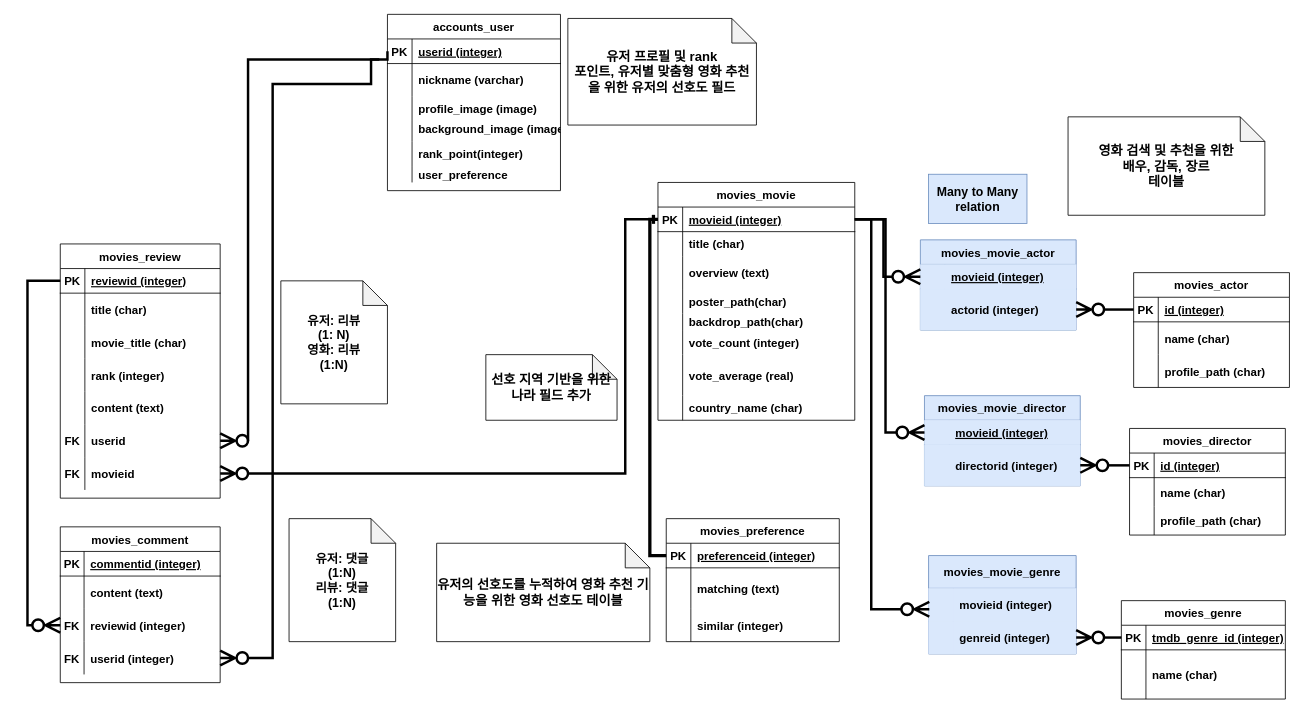
Before: sqlite-learn/prac_sql/movie_pjt.drawio in Santiago-kwp/TIL, a draw.io diagram. Source tidied: cells renumbered, new cells numbered last; positions are measured from the earlier drawing's top-left corner, leaving out a move shared by most shapes. Both pictures are drawn from the tidied source at 82%, with x=0, y=0 at pixel (27, 14).
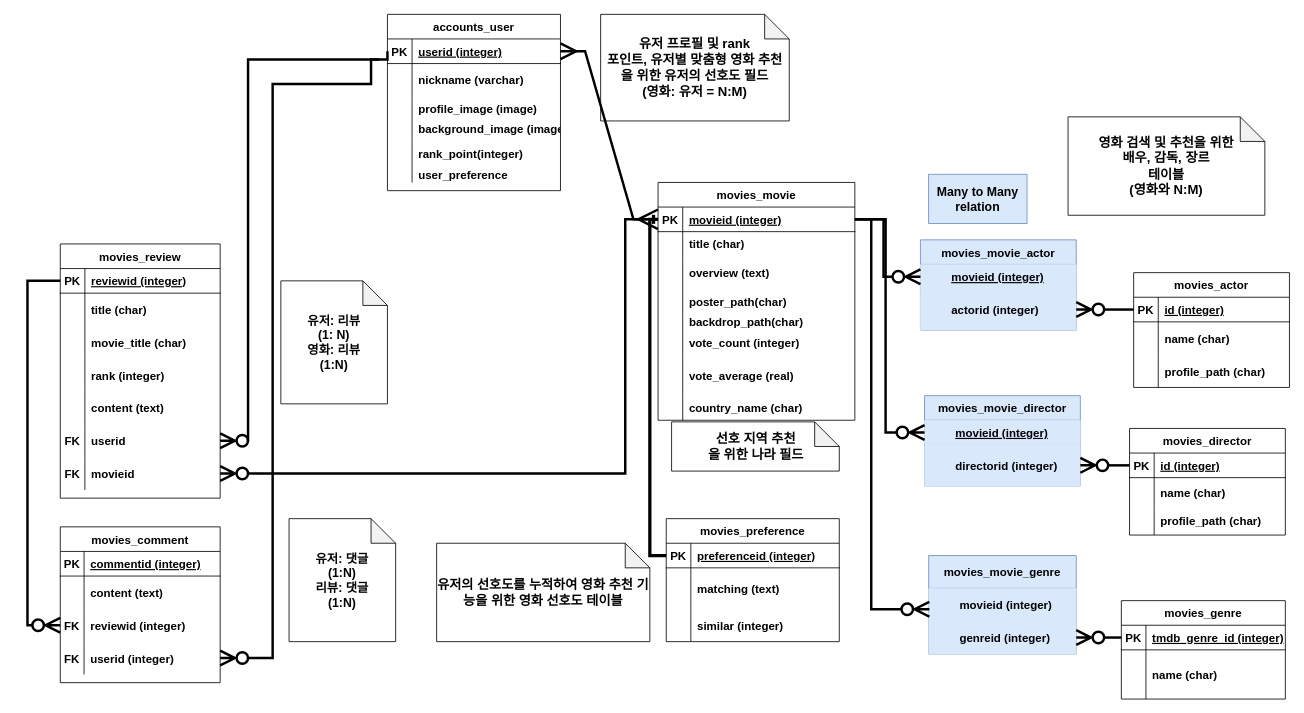
The same page after the edit.

The change refers to these unchanged cells:
```xml
<mxCell id="23" style="shape=partialRectangle;fillColor=none;top=0;left=0;bottom=1;right=0;points=[[0,0.5],[1,0.5]];portConstraint=eastwest;fontStyle=1;fontSize=14;" parent="22" vertex="1">
  <mxGeometry y="30" width="240" height="30" as="geometry" />
</mxCell>
```

Change to the diagram source:
```diff
@@
     <mxCell id="22" value="movies_movie" style="shape=table;startSize=30;childLayout=tableLayout;rowLines=0;fontStyle=1;align=center;fontSize=14;" parent="1" vertex="1">
-      <mxGeometry x="768.9" y="205" width="240" height="290" as="geometry" />
+      <mxGeometry x="769" y="205" width="240" height="290" as="geometry" />
     </mxCell>
@@
     <mxCell id="101" value="movies_movie_genre" style="shape=table;startSize=40;childLayout=tableLayout;rowLines=0;fontStyle=1;align=center;fontSize=14;fillColor=#dae8fc;strokeColor=#6c8ebf;" parent="1" vertex="1">
-      <mxGeometry x="1098.9" y="660" width="180" height="120" as="geometry" />
+      <mxGeometry x="1099" y="660" width="180" height="120" as="geometry" />
     </mxCell>
@@
     <mxCell id="119" value="movies_movie_actor" style="shape=table;startSize=30;childLayout=tableLayout;rowLines=0;fontStyle=1;align=center;fontSize=14;fillColor=#dae8fc;strokeColor=#6c8ebf;" parent="1" vertex="1">
-      <mxGeometry x="1088.9" y="275" width="190" height="110" as="geometry" />
+      <mxGeometry x="1089" y="275" width="190" height="110" as="geometry" />
     </mxCell>
@@
     <mxCell id="126" value="movies_movie_director" style="shape=table;startSize=30;childLayout=tableLayout;rowLines=0;fontStyle=1;align=center;fontSize=14;fillColor=#dae8fc;strokeColor=#6c8ebf;" parent="1" vertex="1">
-      <mxGeometry x="1093.9" y="465" width="190" height="110" as="geometry" />
+      <mxGeometry x="1094" y="465" width="190" height="110" as="geometry" />
     </mxCell>
@@
-    <mxCell id="138" value="&lt;b style=&quot;font-size: 16px&quot;&gt;영화 검색 및 추천을 위한&lt;br&gt;배우, 감독, 장르 &lt;br&gt;테이블&lt;br&gt;&lt;/b&gt;" style="shape=note;whiteSpace=wrap;html=1;backgroundOutline=1;darkOpacity=0.05;fontSize=13;gradientColor=none;" parent="1" vertex="1">
+    <mxCell id="138" value="&lt;b style=&quot;font-size: 16px&quot;&gt;영화 검색 및 추천을 위한&lt;br&gt;배우, 감독, 장르 &lt;br&gt;테이블&lt;br&gt;(영화와 N:M)&lt;br&gt;&lt;/b&gt;" style="shape=note;whiteSpace=wrap;html=1;backgroundOutline=1;darkOpacity=0.05;fontSize=13;gradientColor=none;" parent="1" vertex="1">
       <mxGeometry x="1269" y="125" width="240" height="120" as="geometry" />
     </mxCell>
@@
     <mxCell id="141" value="&lt;b&gt;Many to Many&lt;br&gt;relation&lt;/b&gt;" style="rounded=0;whiteSpace=wrap;html=1;fontSize=15;fillColor=#dae8fc;strokeColor=#6c8ebf;" parent="1" vertex="1">
-      <mxGeometry x="1098.9" y="195" width="120" height="60" as="geometry" />
+      <mxGeometry x="1099" y="195" width="120" height="60" as="geometry" />
     </mxCell>
-    <mxCell id="142" value="&lt;b style=&quot;font-size: 16px&quot;&gt;유저 프로필 및 rank&lt;br&gt;포인트, 유저별 맞춤형 영화 추천을 위한 유저의 선호도 필드&lt;/b&gt;" style="shape=note;whiteSpace=wrap;html=1;backgroundOutline=1;darkOpacity=0.05;fontSize=13;gradientColor=none;" parent="1" vertex="1">
-      <mxGeometry x="659" y="5" width="230" height="130" as="geometry" />
+    <mxCell id="142" value="&lt;b style=&quot;font-size: 16px&quot;&gt;유저 프로필 및 rank&lt;br&gt;포인트, 유저별 맞춤형 영화 추천을 위한 유저의 선호도 필드&lt;br&gt;(영화: 유저 = N:M)&lt;br&gt;&lt;/b&gt;" style="shape=note;whiteSpace=wrap;html=1;backgroundOutline=1;darkOpacity=0.05;fontSize=13;gradientColor=none;" parent="1" vertex="1">
+      <mxGeometry x="699" width="230" height="130" as="geometry" />
     </mxCell>
@@
-    <mxCell id="144" value="&lt;b style=&quot;font-size: 16px&quot;&gt;선호 지역 기반을 위한&lt;br&gt;나라 필드 추가&lt;br&gt;&lt;/b&gt;" style="shape=note;whiteSpace=wrap;html=1;backgroundOutline=1;darkOpacity=0.05;fontSize=13;gradientColor=none;" parent="1" vertex="1">
-      <mxGeometry x="559" y="415" width="160" height="80" as="geometry" />
+    <mxCell id="144" value="&lt;b style=&quot;font-size: 16px&quot;&gt;선호 지역 추천&lt;br&gt;을 위한&amp;nbsp;나라 필드&lt;br&gt;&lt;/b&gt;" style="shape=note;whiteSpace=wrap;html=1;backgroundOutline=1;darkOpacity=0.05;fontSize=13;gradientColor=none;" parent="1" vertex="1">
+      <mxGeometry x="785.5" y="497" width="204.5" height="60" as="geometry" />
     </mxCell>
@@
+    <mxCell id="157" style="edgeStyle=entityRelationEdgeStyle;fontSize=12;html=1;endArrow=ERmany;startArrow=ERmany;rounded=0;startSize=15;strokeColor=default;strokeWidth=3;endSize=20;entryX=0;entryY=0.5;entryDx=0;entryDy=0;" parent="1" edge="1" target="23">
+      <mxGeometry relative="1" as="geometry">
+        <mxPoint x="650" y="45" as="sourcePoint" />
+      </mxGeometry>
+    </mxCell>
```
